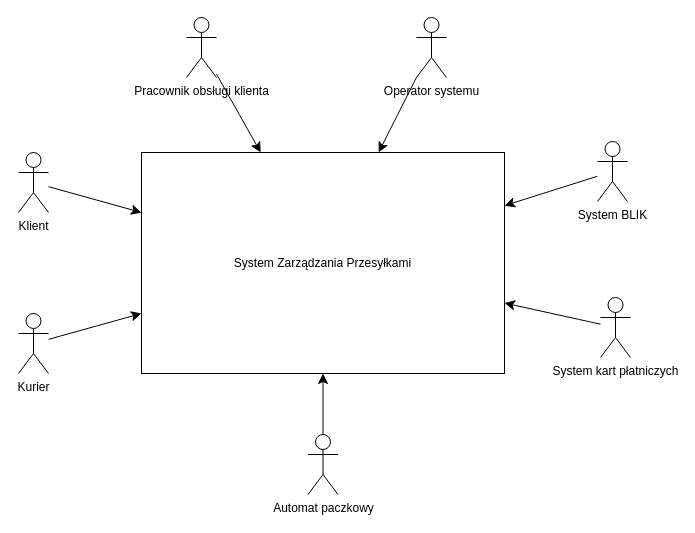
Earlier version of the draw.io diagram Pliki zrodlowe/diagram_kontekstowy_si.drawio (KrzysztofKrupicki/PSI_2025L). Source tidied: cells renumbered, new cells numbered last; positions are measured from the earlier drawing's top-left corner, leaving out a move shared by most shapes. Both pictures are drawn from the tidied source at 100%, with x=0, y=0 at pixel (18, 17).
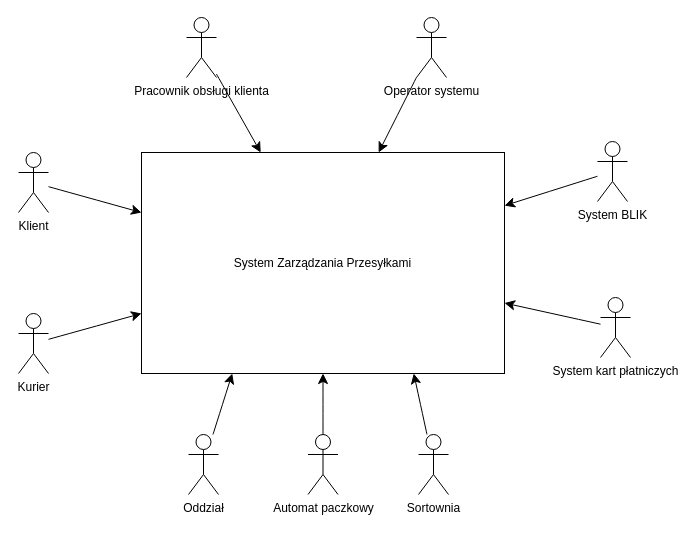
Above is the later version.

Commit message (it also covers changes not shown here):
Poprawki sprawozdań i diagramów

Unchanged cells that the change refers to:
```xml
<mxCell id="2" value="System Zarządzania Przesyłkami" style="html=1;whiteSpace=wrap;" parent="1" vertex="1">
  <mxGeometry x="123" y="135" width="363" height="221" as="geometry" />
</mxCell>
```

Diff of the diagram source:
```diff
@@
+    <mxCell id="17" style="edgeStyle=none;curved=1;rounded=0;jettySize=auto;html=1;fontSize=12;startSize=8;endSize=8;entryX=0.75;entryY=1;entryDx=0;entryDy=0;" parent="1" edge="1" source="18" target="2">
+      <mxGeometry relative="1" as="geometry" />
+    </mxCell>
+    <mxCell id="18" value="Sortownia" style="shape=umlActor;verticalLabelPosition=bottom;verticalAlign=top;html=1;" parent="1" vertex="1">
+      <mxGeometry x="400" y="417" width="30" height="60" as="geometry" />
+    </mxCell>
+    <mxCell id="19" style="edgeStyle=none;curved=1;rounded=0;jettySize=auto;html=1;fontSize=12;startSize=8;endSize=8;entryX=0.25;entryY=1;entryDx=0;entryDy=0;" parent="1" edge="1" source="20" target="2">
+      <mxGeometry relative="1" as="geometry" />
+    </mxCell>
+    <mxCell id="20" value="Oddział" style="shape=umlActor;verticalLabelPosition=bottom;verticalAlign=top;html=1;" parent="1" vertex="1">
+      <mxGeometry x="170" y="417" width="30" height="60" as="geometry" />
+    </mxCell>
```
